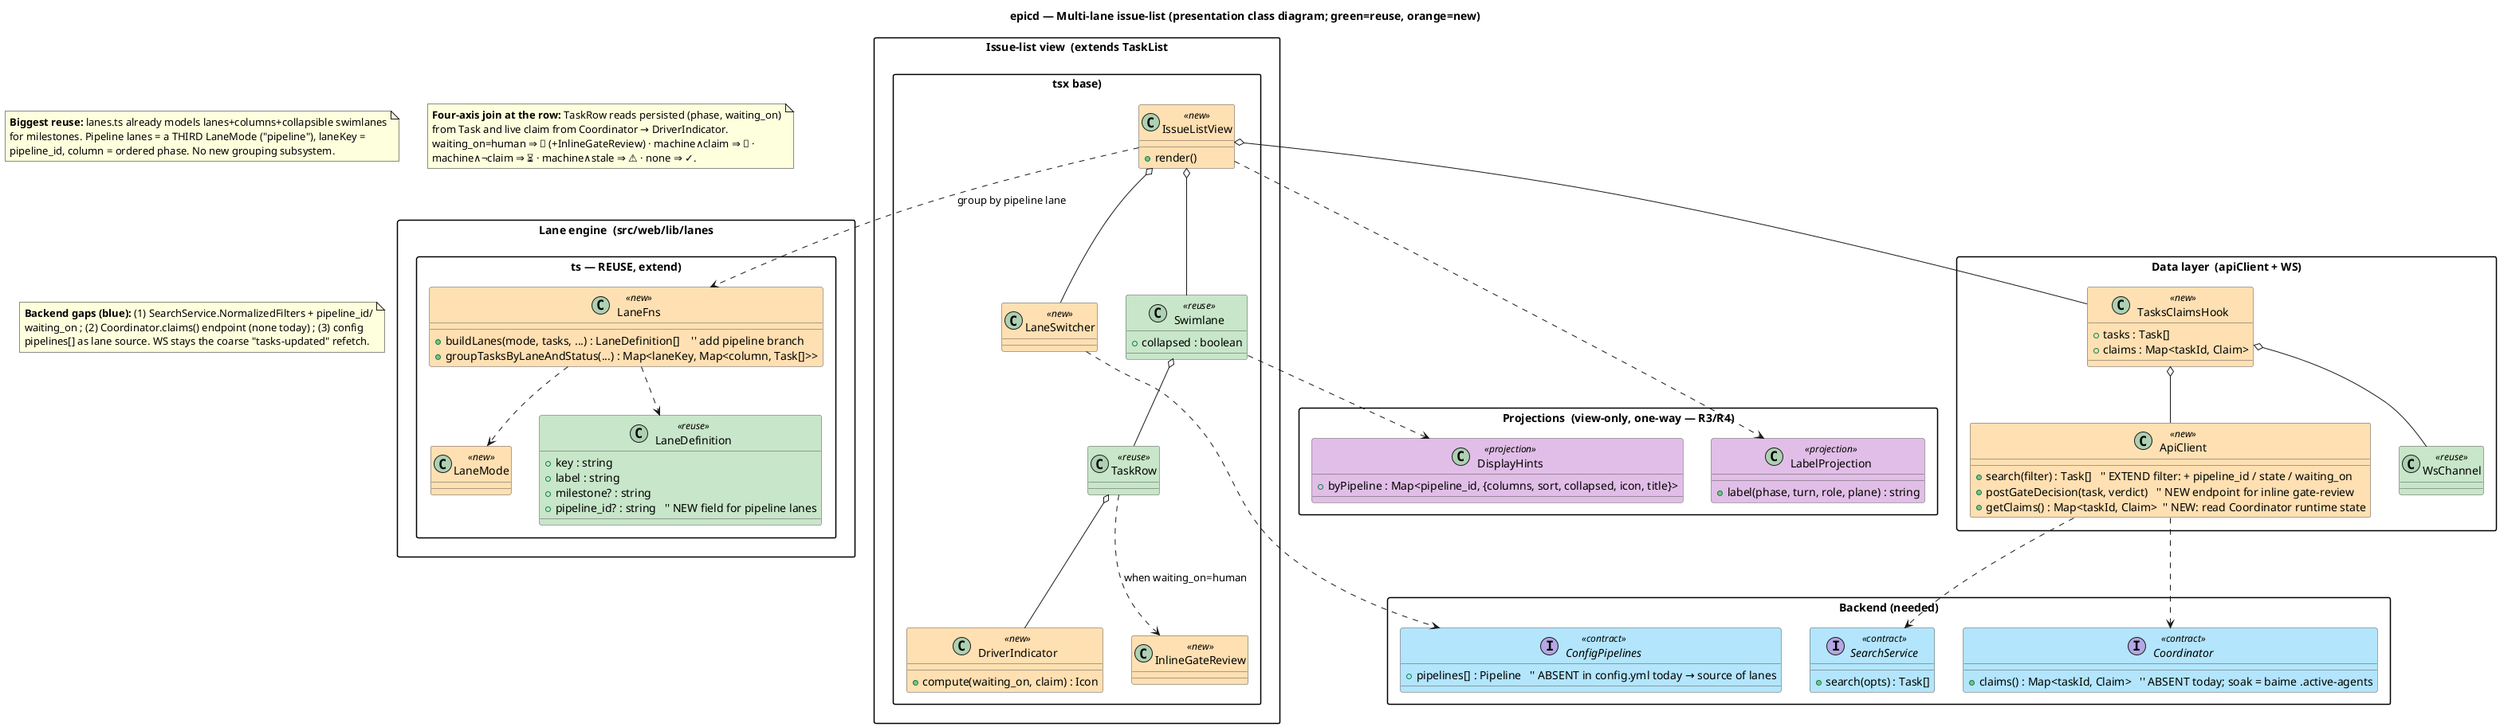
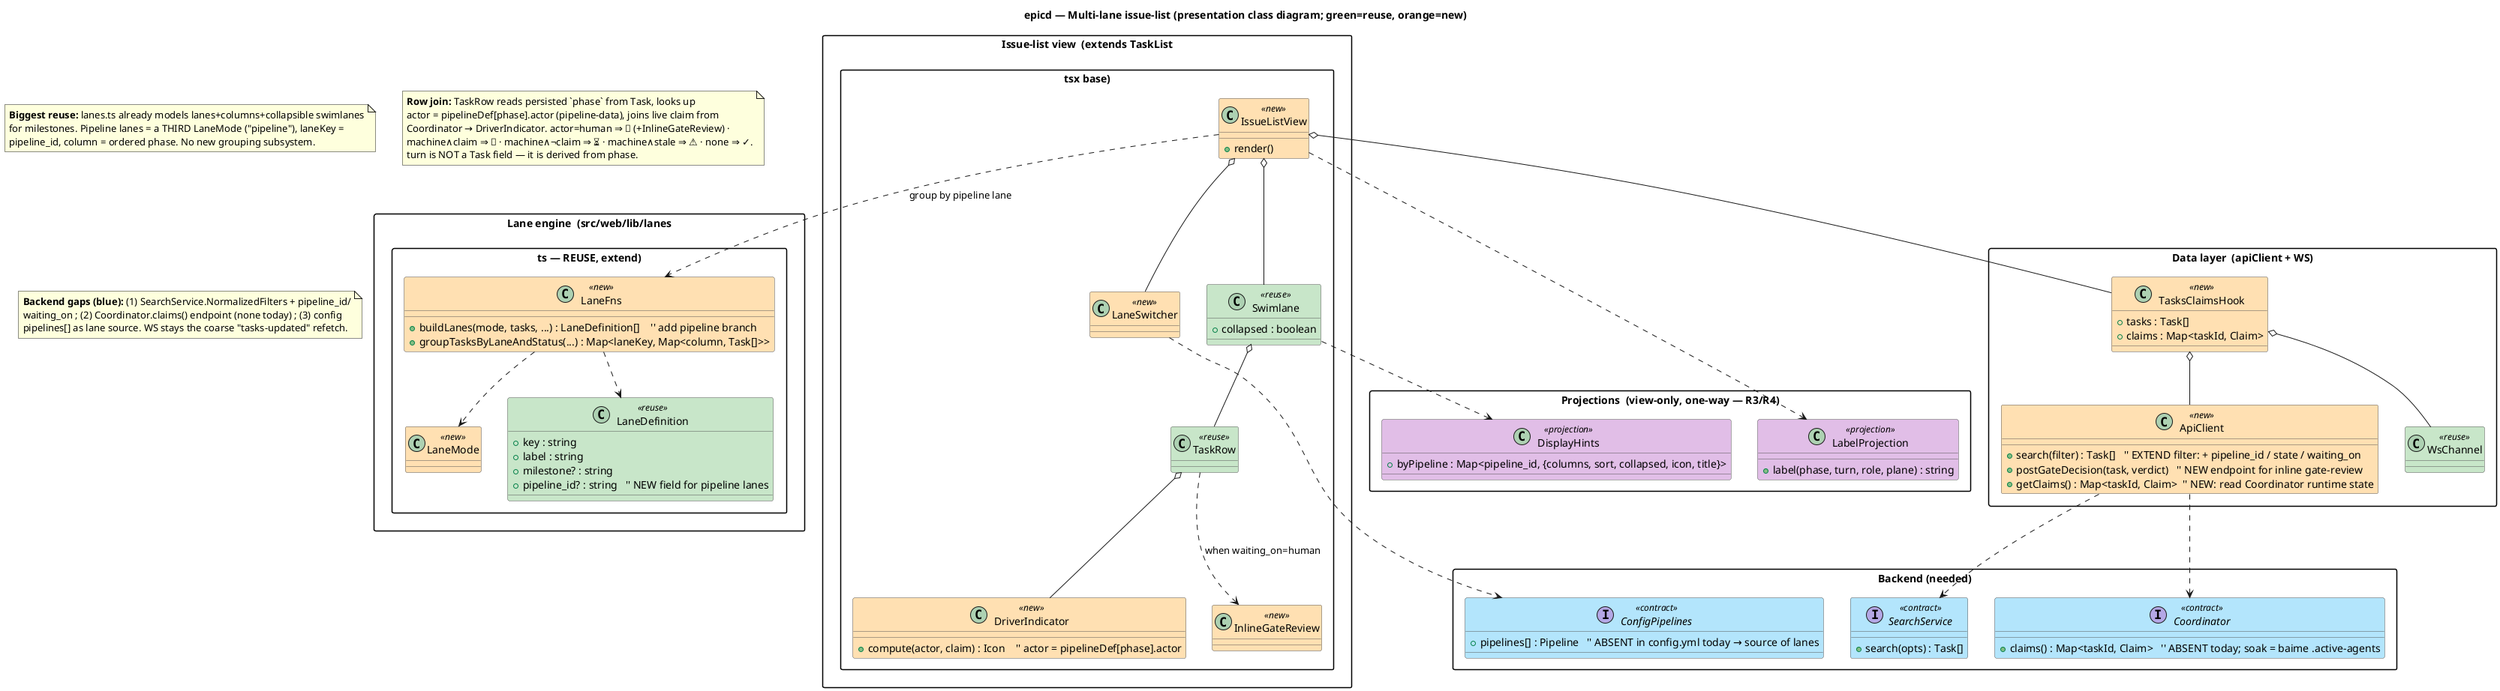
@startuml epicd-presentation-class
' epicd — Presentation CLASS diagram: multi-lane issue-list (Plane 3).
' GROUNDED in existing code (verified): src/web/lib/lanes.ts already has LaneMode/
' buildLanes/groupTasksByLaneAndStatus; Board.tsx renders collapsible milestone
' swimlanes; TaskList.tsx is the flat "All Tasks" base; apiClient.search hits
' GET /api/search; WS broadcasts a single "tasks-updated" string.
' Green = REUSE existing ; Orange = NEW/CHANGE ; Purple = backend contract.

skinparam backgroundColor #FFFFFF
skinparam shadowing false
skinparam class {
  BorderColor #555555
  BackgroundColor #E8F0FE
  BackgroundColor<<reuse>> #C8E6C9
  BackgroundColor<<new>> #FFE0B2
  BackgroundColor<<projection>> #E1BEE7
  BackgroundColor<<contract>> #B3E5FC
}
skinparam packageStyle rectangle

title epicd — Multi-lane issue-list (presentation class diagram; green=reuse, orange=new)

' ===================== EXISTING LANE ENGINE (reuse) =====================
package "Lane engine  (src/web/lib/lanes.ts — REUSE, extend)" {
  class LaneMode <<new>> {
    '' EXISTING: "none" | "milestone"  →  ADD "pipeline"
  }
  class LaneDefinition <<reuse>> {
    +key : string
    +label : string
    +milestone? : string
    +pipeline_id? : string   '' NEW field for pipeline lanes
  }
  class LaneFns <<new>> {
    +buildLanes(mode, tasks, ...) : LaneDefinition[]    '' add pipeline branch
    +groupTasksByLaneAndStatus(...) : Map<laneKey, Map<column, Task[]>>
    '' pipeline mode: laneKey = pipeline_id ; column = phase (ordered states)
  }
  LaneFns ..> LaneDefinition
  LaneFns ..> LaneMode
}

' ===================== VIEW COMPONENTS =====================
package "Issue-list view  (extends TaskList.tsx base)" {
  class IssueListView <<new>> {
    '' the new primary surface; base = TaskList "All Tasks" table
    +render()
  }
  class LaneSwitcher <<new>> {
    '' [all] [execution] [authoring] … from config pipelines[]
  }
  class Swimlane <<reuse>> {
    '' collapsible section per pipeline lane — REUSE Board.tsx swimlane structure
    +collapsed : boolean
  }
  class TaskRow <<reuse>> {
    '' base = MilestoneTaskRow / TaskList row
  }
  class DriverIndicator <<new>> {
-     '' 👤 / 🤖 / ⏳ / ⚠️ / ✓  from (waiting_on ⋈ claim)
-     +compute(waiting_on, claim) : Icon
+     '' 👤 / 🤖 / ⏳ / ⚠️ / ✓  from (actor(phase) ⋈ claim)
+     +compute(actor, claim) : Icon    '' actor = pipelineDef[phase].actor
  }
  class InlineGateReview <<new>> {
    '' approve / reject / escalate on waiting_on=human rows (gate-inbox folded in)
  }
  IssueListView o-- LaneSwitcher
  IssueListView o-- Swimlane
  Swimlane o-- TaskRow
  TaskRow o-- DriverIndicator
  TaskRow ..> InlineGateReview : when waiting_on=human
  IssueListView ..> LaneFns : group by pipeline lane
}

' ===================== PROJECTIONS (centralize 4× duplicated heuristics) =====================
package "Projections  (view-only, one-way — R3/R4)" {
  class LabelProjection <<projection>> {
    +label(phase, turn, role, plane) : string
    '' REPLACES duplicated getStatusColor / getStatusBadgeClass /
    '' terminal-status heuristics (TaskList, TaskColumn, MilestonesPage)
  }
  class DisplayHints <<projection>> {
    +byPipeline : Map<pipeline_id, {columns, sort, collapsed, icon, title}>
    '' references pipeline_id; NOT on the pipeline definition (ADR-011 D-2.1)
  }
  IssueListView ..> LabelProjection
  Swimlane ..> DisplayHints
}

' ===================== DATA LAYER (fetch + join) =====================
package "Data layer  (apiClient + WS)" {
  class TasksClaimsHook <<new>> {
    '' joins tasks (REST) ⟗ claims (Coordinator); refetch on WS "tasks-updated"
    +tasks : Task[]
    +claims : Map<taskId, Claim>
  }
  class ApiClient <<new>> {
    +search(filter) : Task[]   '' EXTEND filter: + pipeline_id / state / waiting_on
    +postGateDecision(task, verdict)   '' NEW endpoint for inline gate-review
    +getClaims() : Map<taskId, Claim>  '' NEW: read Coordinator runtime state
  }
  class WsChannel <<reuse>> {
    '' EXISTING single "tasks-updated" broadcast → refetch (client-side join)
  }
  TasksClaimsHook o-- ApiClient
  TasksClaimsHook o-- WsChannel
  IssueListView o-- TasksClaimsHook
}

' ===================== BACKEND CONTRACTS (what presentation needs) =====================
package "Backend (needed)" {
  interface SearchService <<contract>> {
    '' NormalizedFilters MUST add pipeline_id / state / waiting_on
    '' (status/labels already filterable) — src/core/search-service.ts
    +search(opts) : Task[]
  }
  interface Coordinator <<contract>> {
    +claims() : Map<taskId, Claim>   '' ABSENT today; soak = baime .active-agents
  }
  interface ConfigPipelines <<contract>> {
    +pipelines[] : Pipeline   '' ABSENT in config.yml today → source of lanes
  }
  ApiClient ..> SearchService
  ApiClient ..> Coordinator
  LaneSwitcher ..> ConfigPipelines
}

note as N_reuse
  **Biggest reuse:** lanes.ts already models lanes+columns+collapsible swimlanes
  for milestones. Pipeline lanes = a THIRD LaneMode ("pipeline"), laneKey =
  pipeline_id, column = ordered phase. No new grouping subsystem.
end note
note as N_join
-   **Four-axis join at the row:** TaskRow reads persisted (phase, waiting_on)
-   from Task and live claim from Coordinator → DriverIndicator.
-   waiting_on=human ⇒ 👤 (+InlineGateReview) · machine∧claim ⇒ 🤖 ·
-   machine∧¬claim ⇒ ⏳ · machine∧stale ⇒ ⚠️ · none ⇒ ✓.
+   **Row join:** TaskRow reads persisted `phase` from Task, looks up
+   actor = pipelineDef[phase].actor (pipeline-data), joins live claim from
+   Coordinator → DriverIndicator. actor=human ⇒ 👤 (+InlineGateReview) ·
+   machine∧claim ⇒ 🤖 · machine∧¬claim ⇒ ⏳ · machine∧stale ⇒ ⚠️ · none ⇒ ✓.
+   turn is NOT a Task field — it is derived from phase.
end note
note as N_gap
  **Backend gaps (blue):** (1) SearchService.NormalizedFilters + pipeline_id/
  waiting_on ; (2) Coordinator.claims() endpoint (none today) ; (3) config
  pipelines[] as lane source. WS stays the coarse "tasks-updated" refetch.
end note

@enduml
